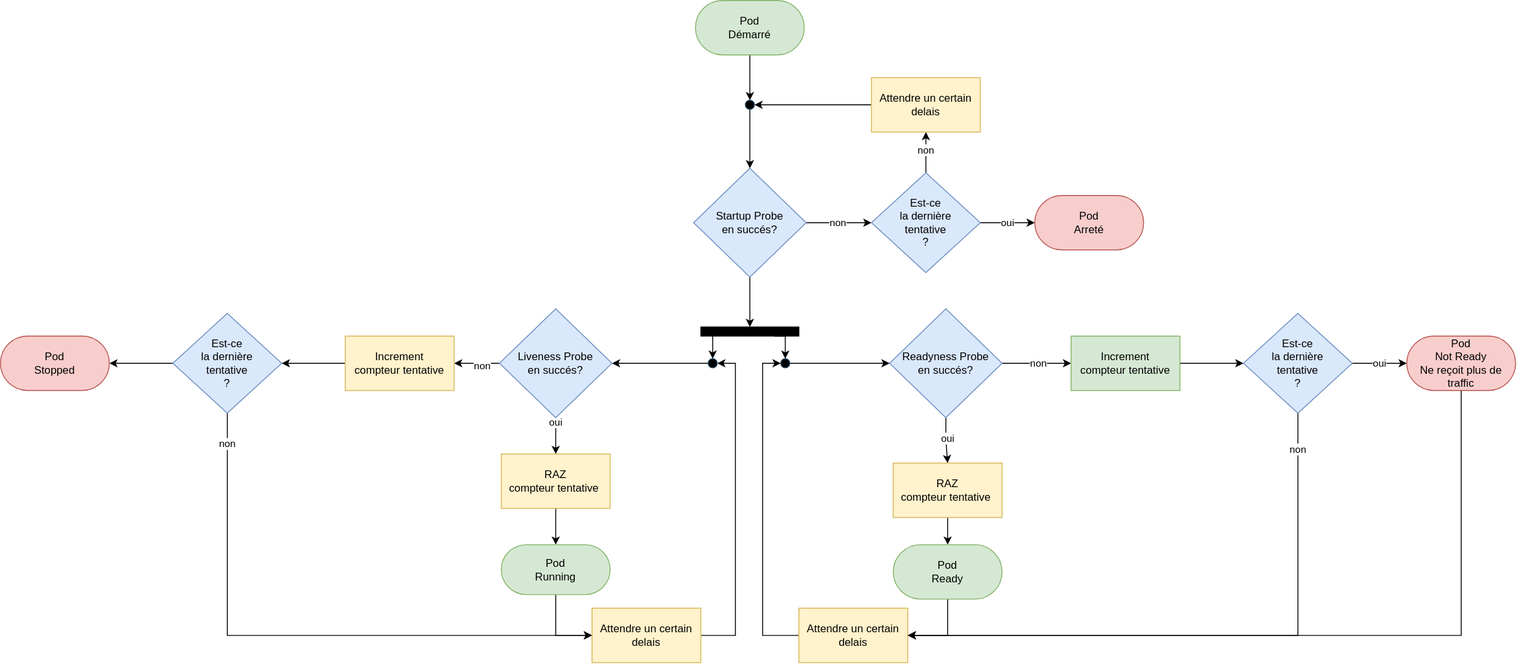
This is images/probe2.svg from obeyler/Formation-K8S, a draw.io export, as it was before one commit. Source tidied: cells renumbered, new cells last; positions are measured from the earlier drawing's top-left corner, leaving out a move shared by most shapes.
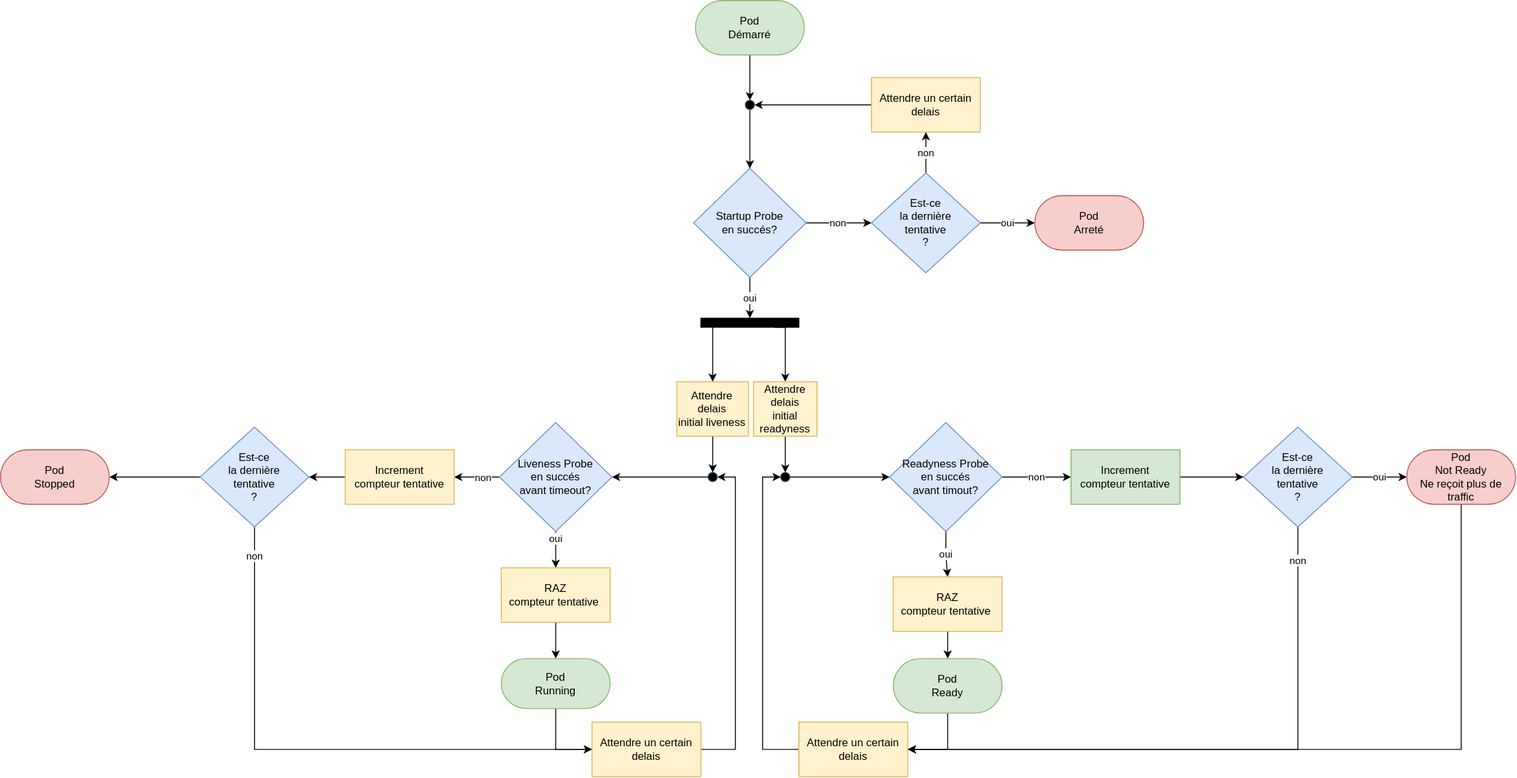
Above is the later version.

What changed in the source:
```diff
@@ -5,11 +5,11 @@
     <mxCell id="2" value="non" style="edgeStyle=orthogonalEdgeStyle;rounded=0;jettySize=auto;html=1;" parent="1" edge="1" source="4" target="7">
       <mxGeometry relative="1" as="geometry" />
     </mxCell>
-    <mxCell id="3" style="edgeStyle=orthogonalEdgeStyle;rounded=0;jettySize=auto;html=1;entryX=0.5;entryY=0;entryDx=0;entryDy=0;" parent="1" edge="1" source="4" target="39">
+    <mxCell id="3" value="oui" style="edgeStyle=orthogonalEdgeStyle;rounded=0;jettySize=auto;html=1;entryX=0.5;entryY=0;entryDx=0;entryDy=0;exitX=0.5;exitY=1;exitDx=0;exitDy=0;" parent="1" edge="1" source="4" target="39">
       <mxGeometry relative="1" as="geometry" />
     </mxCell>
     <mxCell id="4" value="Startup Probe&lt;br&gt;en succés?" style="rhombus;whiteSpace=wrap;html=1;fillColor=#dae8fc;strokeColor=#6c8ebf;" parent="1" vertex="1">
-      <mxGeometry x="764" y="185" width="124" height="120" as="geometry" />
+      <mxGeometry x="764" y="60" width="124" height="120" as="geometry" />
     </mxCell>
     <mxCell id="5" value="non" style="edgeStyle=orthogonalEdgeStyle;rounded=0;jettySize=auto;html=1;exitX=0.5;exitY=0;exitDx=0;exitDy=0;entryX=0.5;entryY=1;entryDx=0;entryDy=0;" parent="1" edge="1" source="7" target="9">
       <mxGeometry relative="1" as="geometry" />
@@ -18,22 +18,22 @@
       <mxGeometry relative="1" as="geometry" />
     </mxCell>
     <mxCell id="7" value="Est-ce &lt;br&gt;la dernière &lt;br&gt;tentative&lt;br&gt;?" style="rhombus;whiteSpace=wrap;html=1;fillColor=#dae8fc;strokeColor=#6c8ebf;" parent="1" vertex="1">
-      <mxGeometry x="960" y="190" width="120" height="110" as="geometry" />
+      <mxGeometry x="960" y="65" width="120" height="110" as="geometry" />
     </mxCell>
     <mxCell id="8" style="edgeStyle=orthogonalEdgeStyle;rounded=0;jettySize=auto;html=1;entryX=1;entryY=0.5;entryDx=0;entryDy=0;" parent="1" edge="1" source="9" target="12">
       <mxGeometry relative="1" as="geometry" />
     </mxCell>
     <mxCell id="9" value="Attendre un certain delais" style="rounded=0;whiteSpace=wrap;html=1;fillColor=#fff2cc;strokeColor=#d6b656;" parent="1" vertex="1">
-      <mxGeometry x="960" y="85" width="120" height="60" as="geometry" />
+      <mxGeometry x="960" y="-40" width="120" height="60" as="geometry" />
     </mxCell>
     <mxCell id="10" value="Pod&lt;br&gt;Arreté" style="rounded=1;whiteSpace=wrap;html=1;arcSize=50;fillColor=#f8cecc;strokeColor=#b85450;" parent="1" vertex="1">
-      <mxGeometry x="1140" y="215" width="120" height="60" as="geometry" />
+      <mxGeometry x="1140" y="90" width="120" height="60" as="geometry" />
     </mxCell>
     <mxCell id="11" style="edgeStyle=orthogonalEdgeStyle;rounded=0;jettySize=auto;html=1;" parent="1" edge="1" source="12" target="4">
       <mxGeometry relative="1" as="geometry" />
     </mxCell>
     <mxCell id="12" style="ellipse;whiteSpace=wrap;html=1;fillColor=#000000;strokeColor=#23445d;" parent="1" vertex="1">
-      <mxGeometry x="821" y="110" width="10" height="10" as="geometry" />
+      <mxGeometry x="821" y="-15" width="10" height="10" as="geometry" />
     </mxCell>
     <mxCell id="13" value="oui" style="edgeStyle=orthogonalEdgeStyle;rounded=0;jettySize=auto;html=1;entryX=0.5;entryY=0;entryDx=0;entryDy=0;" parent="1" edge="1" source="16" target="49">
       <mxGeometry x="-0.63" relative="1" as="geometry" />
@@ -46,7 +46,7 @@
         <mxPoint x="8" y="-1" as="offset" />
       </mxGeometry>
     </mxCell>
-    <mxCell id="16" value="Liveness Probe&lt;br&gt;en succés?" style="rhombus;whiteSpace=wrap;html=1;fillColor=#dae8fc;strokeColor=#6c8ebf;" parent="1" vertex="1">
+    <mxCell id="16" value="Liveness Probe&lt;br&gt;en succés&lt;br&gt;avant timeout?" style="rhombus;whiteSpace=wrap;html=1;fillColor=#dae8fc;strokeColor=#6c8ebf;" parent="1" vertex="1">
       <mxGeometry x="550" y="340" width="124" height="120" as="geometry" />
     </mxCell>
     <mxCell id="17" value="non" style="edgeStyle=orthogonalEdgeStyle;rounded=0;jettySize=auto;html=1;entryX=0;entryY=0.5;entryDx=0;entryDy=0;" parent="1" edge="1" source="19" target="43">
@@ -55,7 +55,7 @@
     <mxCell id="18" value="oui" style="edgeStyle=orthogonalEdgeStyle;rounded=0;jettySize=auto;html=1;" parent="1" edge="1" source="19" target="45">
       <mxGeometry relative="1" as="geometry" />
     </mxCell>
-    <mxCell id="19" value="Readyness Probe&lt;br&gt;en succés?" style="rhombus;whiteSpace=wrap;html=1;fillColor=#dae8fc;strokeColor=#6c8ebf;" parent="1" vertex="1">
+    <mxCell id="19" value="Readyness Probe&lt;br&gt;en succés&lt;br&gt;avant timout?" style="rhombus;whiteSpace=wrap;html=1;fillColor=#dae8fc;strokeColor=#6c8ebf;" parent="1" vertex="1">
       <mxGeometry x="980" y="340" width="124" height="120" as="geometry" />
     </mxCell>
     <mxCell id="20" style="edgeStyle=orthogonalEdgeStyle;rounded=0;jettySize=auto;html=1;entryX=1;entryY=0.5;entryDx=0;entryDy=0;" parent="1" edge="1" source="22" target="32">
@@ -64,13 +64,13 @@
     <mxCell id="21" value="non" style="edgeStyle=orthogonalEdgeStyle;rounded=0;jettySize=auto;html=1;entryX=0;entryY=0.5;entryDx=0;entryDy=0;" parent="1" edge="1" source="22" target="27">
       <mxGeometry x="-0.9" relative="1" as="geometry">
         <Array as="points">
-          <mxPoint x="250" y="700" />
+          <mxPoint x="280" y="700" />
         </Array>
         <mxPoint y="-1" as="offset" />
       </mxGeometry>
     </mxCell>
     <mxCell id="22" value="Est-ce &lt;br&gt;la dernière &lt;br&gt;tentative&lt;br&gt;?" style="rhombus;whiteSpace=wrap;html=1;fillColor=#dae8fc;strokeColor=#6c8ebf;" parent="1" vertex="1">
-      <mxGeometry x="190" y="345" width="120" height="110" as="geometry" />
+      <mxGeometry x="220" y="345" width="120" height="110" as="geometry" />
     </mxCell>
     <mxCell id="23" value="oui" style="edgeStyle=orthogonalEdgeStyle;rounded=0;jettySize=auto;html=1;entryX=0;entryY=0.5;entryDx=0;entryDy=0;exitX=1;exitY=0.5;exitDx=0;exitDy=0;" parent="1" edge="1" source="25" target="34">
       <mxGeometry relative="1" as="geometry" />
@@ -100,7 +100,7 @@
       <mxGeometry relative="1" as="geometry" />
     </mxCell>
     <mxCell id="29" value="Pod&lt;br&gt;Démarré" style="rounded=1;whiteSpace=wrap;html=1;arcSize=50;fillColor=#d5e8d4;strokeColor=#82b366;" parent="1" vertex="1">
-      <mxGeometry x="766" width="120" height="60" as="geometry" />
+      <mxGeometry x="766" y="-125" width="120" height="60" as="geometry" />
     </mxCell>
     <mxCell id="30" style="edgeStyle=orthogonalEdgeStyle;rounded=0;jettySize=auto;html=1;entryX=0;entryY=0.5;entryDx=0;entryDy=0;exitX=0;exitY=0.5;exitDx=0;exitDy=0;" parent="1" edge="1" source="31" target="41">
       <mxGeometry relative="1" as="geometry">
@@ -132,19 +132,22 @@
     <mxCell id="36" style="ellipse;whiteSpace=wrap;html=1;fillColor=#000000;strokeColor=#23445d;" parent="1" vertex="1">
       <mxGeometry x="780" y="395" width="10" height="10" as="geometry" />
     </mxCell>
-    <mxCell id="37" style="edgeStyle=orthogonalEdgeStyle;rounded=0;jettySize=auto;html=1;entryX=0.5;entryY=0;entryDx=0;entryDy=0;" parent="1" edge="1" source="39" target="36">
+    <mxCell id="37" style="edgeStyle=orthogonalEdgeStyle;rounded=0;jettySize=auto;html=1;entryX=0.5;entryY=0;entryDx=0;entryDy=0;" parent="1" edge="1" source="39" target="57">
       <mxGeometry relative="1" as="geometry">
         <Array as="points">
-          <mxPoint x="785" y="380" />
-          <mxPoint x="785" y="380" />
+          <mxPoint x="785" y="295" />
         </Array>
       </mxGeometry>
     </mxCell>
-    <mxCell id="38" style="edgeStyle=orthogonalEdgeStyle;rounded=0;jettySize=auto;html=1;exitX=0.75;exitY=1;exitDx=0;exitDy=0;entryX=0.5;entryY=0;entryDx=0;entryDy=0;" parent="1" edge="1" source="39" target="41">
-      <mxGeometry relative="1" as="geometry" />
+    <mxCell id="38" style="edgeStyle=orthogonalEdgeStyle;rounded=0;jettySize=auto;html=1;exitX=0.75;exitY=1;exitDx=0;exitDy=0;entryX=0.5;entryY=0;entryDx=0;entryDy=0;" parent="1" edge="1" source="39" target="55">
+      <mxGeometry relative="1" as="geometry">
+        <Array as="points">
+          <mxPoint x="865" y="235" />
+        </Array>
+      </mxGeometry>
     </mxCell>
     <mxCell id="39" style="rounded=0;whiteSpace=wrap;html=1;fillColor=#000000;" parent="1" vertex="1">
-      <mxGeometry x="772" y="360" width="108" height="10" as="geometry" />
+      <mxGeometry x="772" y="225" width="108" height="10" as="geometry" />
     </mxCell>
     <mxCell id="40" style="edgeStyle=orthogonalEdgeStyle;rounded=0;jettySize=auto;html=1;entryX=0;entryY=0.5;entryDx=0;entryDy=0;" parent="1" edge="1" source="41" target="19">
       <mxGeometry relative="1" as="geometry" />
@@ -188,5 +191,17 @@
     <mxCell id="53" value="Pod&lt;br&gt;Ready" style="rounded=1;whiteSpace=wrap;html=1;arcSize=50;fillColor=#d5e8d4;strokeColor=#82b366;" parent="1" vertex="1">
       <mxGeometry x="984" y="600" width="120" height="60" as="geometry" />
     </mxCell>
+    <mxCell id="54" style="edgeStyle=orthogonalEdgeStyle;rounded=0;jettySize=auto;html=1;entryX=0.5;entryY=0;entryDx=0;entryDy=0;" parent="1" edge="1" source="55" target="41">
+      <mxGeometry relative="1" as="geometry" />
+    </mxCell>
+    <mxCell id="55" value="Attendre &lt;br&gt;delais&lt;br&gt;initial readyness" style="rounded=0;whiteSpace=wrap;html=1;fillColor=#fff2cc;strokeColor=#d6b656;" parent="1" vertex="1">
+      <mxGeometry x="830" y="295" width="70" height="60" as="geometry" />
+    </mxCell>
+    <mxCell id="56" style="edgeStyle=orthogonalEdgeStyle;rounded=0;jettySize=auto;html=1;entryX=0.5;entryY=0;entryDx=0;entryDy=0;" parent="1" edge="1" source="57" target="36">
+      <mxGeometry relative="1" as="geometry" />
+    </mxCell>
+    <mxCell id="57" value="Attendre &lt;br&gt;delais&lt;br&gt;initial liveness" style="rounded=0;whiteSpace=wrap;html=1;fillColor=#fff2cc;strokeColor=#d6b656;" parent="1" vertex="1">
+      <mxGeometry x="745.5" y="295" width="79" height="60" as="geometry" />
+    </mxCell>
   </root>
 </mxGraphModel>
```
